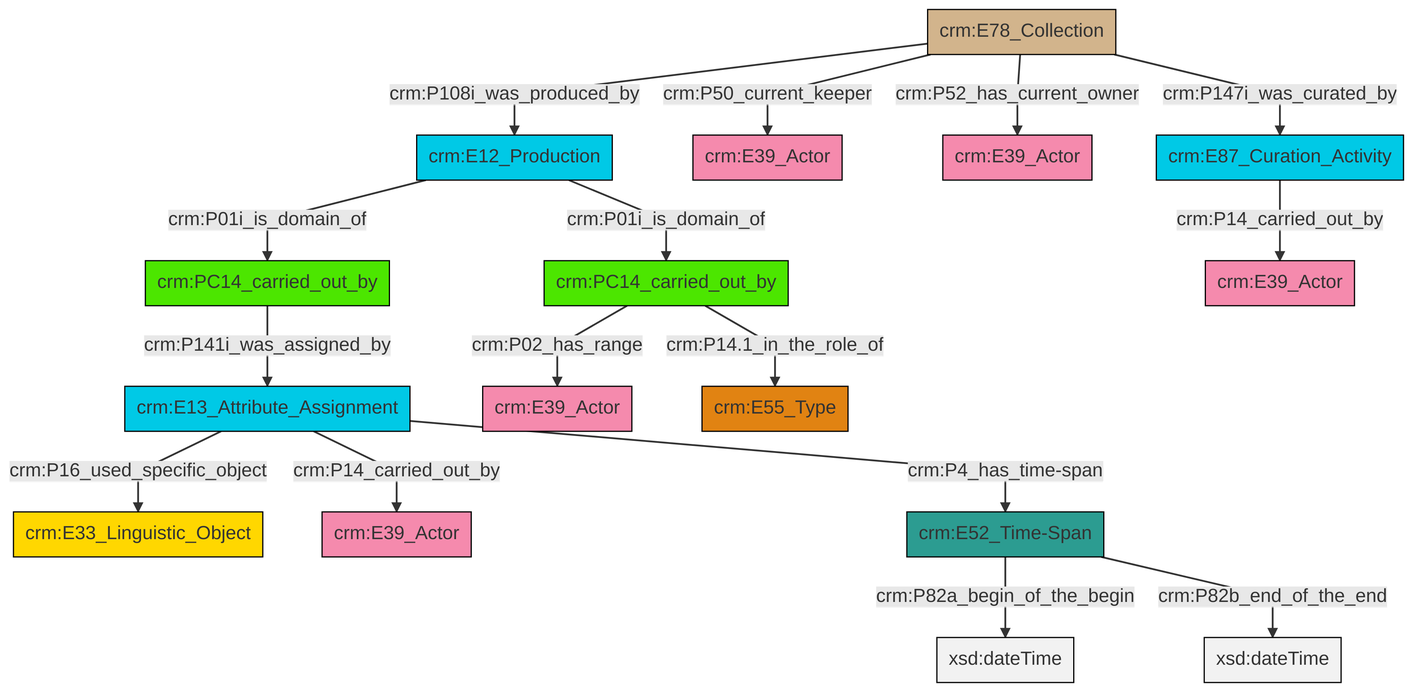
The Mermaid diagram et/archivalCSV/ttl/mmd/png/archival_relation.png in swiss-art-research-net/docs.swissartresearch, before a commit. Its source is kept beside it as et/archivalCSV/ttl/mmd/archival_relation.ttl.mmd. The source it was exported from:
```mermaid
graph TD
classDef Literal fill:#f2f2f2,stroke:#000000;
classDef CRM_Entity fill:#FFFFFF,stroke:#000000;
classDef Temporal_Entity fill:#00C9E6, stroke:#000000;
classDef Type fill:#E18312, stroke:#000000;
classDef Time-Span fill:#2C9C91, stroke:#000000;
classDef Appellation fill:#FFEB7F, stroke:#000000;
classDef Place fill:#008836, stroke:#000000;
classDef Persistent_Item fill:#B266B2, stroke:#000000;
classDef Conceptual_Object fill:#FFD700, stroke:#000000;
classDef Physical_Thing fill:#D2B48C, stroke:#000000;
classDef Actor fill:#f58aad, stroke:#000000;
classDef PC_Classes fill:#4ce600, stroke:#000000;
classDef Multi fill:#cccccc,stroke:#000000;

0["crm:E78_Collection"]:::Physical_Thing -->|crm:P108i_was_produced_by| 1["crm:E12_Production"]:::Temporal_Entity
1["crm:E12_Production"]:::Temporal_Entity -->|crm:P01i_is_domain_of| 4["crm:PC14_carried_out_by"]:::PC_Classes
0["crm:E78_Collection"]:::Physical_Thing -->|crm:P50_current_keeper| 5["crm:E39_Actor"]:::Actor
7["crm:E87_Curation_Activity"]:::Temporal_Entity -->|crm:P14_carried_out_by| 8["crm:E39_Actor"]:::Actor
15["crm:E13_Attribute_Assignment"]:::Temporal_Entity -->|crm:P16_used_specific_object| 2["crm:E33_Linguistic_Object"]:::Conceptual_Object
4["crm:PC14_carried_out_by"]:::PC_Classes -->|crm:P141i_was_assigned_by| 15["crm:E13_Attribute_Assignment"]:::Temporal_Entity
15["crm:E13_Attribute_Assignment"]:::Temporal_Entity -->|crm:P14_carried_out_by| 23["crm:E39_Actor"]:::Actor
24["crm:E52_Time-Span"]:::Time-Span -->|crm:P82a_begin_of_the_begin| 25[xsd:dateTime]:::Literal
1["crm:E12_Production"]:::Temporal_Entity -->|crm:P01i_is_domain_of| 19["crm:PC14_carried_out_by"]:::PC_Classes
0["crm:E78_Collection"]:::Physical_Thing -->|crm:P52_has_current_owner| 13["crm:E39_Actor"]:::Actor
15["crm:E13_Attribute_Assignment"]:::Temporal_Entity -->|crm:P4_has_time-span| 24["crm:E52_Time-Span"]:::Time-Span
19["crm:PC14_carried_out_by"]:::PC_Classes -->|crm:P02_has_range| 10["crm:E39_Actor"]:::Actor
19["crm:PC14_carried_out_by"]:::PC_Classes -->|crm:P14.1_in_the_role_of| 21["crm:E55_Type"]:::Type
24["crm:E52_Time-Span"]:::Time-Span -->|crm:P82b_end_of_the_end| 28[xsd:dateTime]:::Literal
0["crm:E78_Collection"]:::Physical_Thing -->|crm:P147i_was_curated_by| 7["crm:E87_Curation_Activity"]:::Temporal_Entity
```
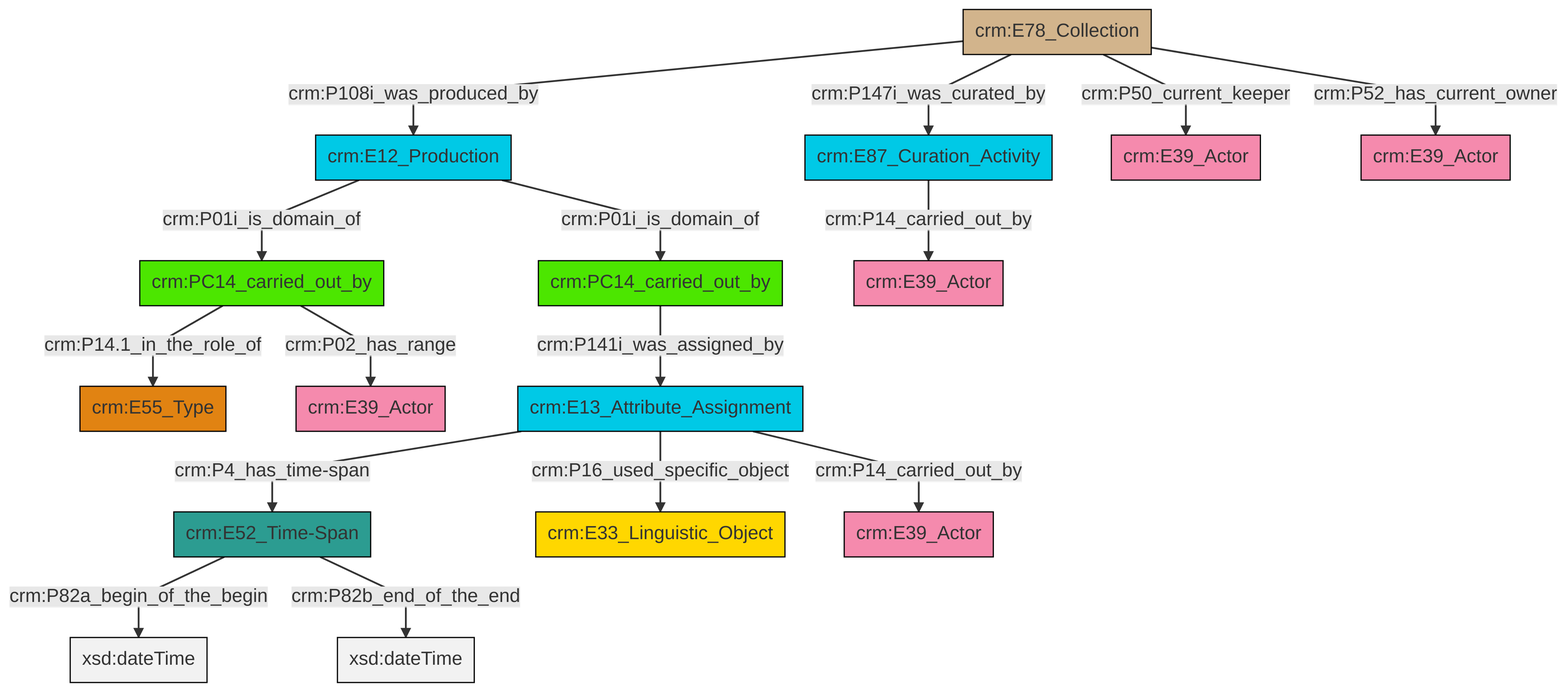
After the change.

The edit, as a diff of the source:
```diff
@@ -13,18 +13,18 @@
 classDef PC_Classes fill:#4ce600, stroke:#000000;
 classDef Multi fill:#cccccc,stroke:#000000;
 
-0["crm:E78_Collection"]:::Physical_Thing -->|crm:P108i_was_produced_by| 1["crm:E12_Production"]:::Temporal_Entity
-1["crm:E12_Production"]:::Temporal_Entity -->|crm:P01i_is_domain_of| 4["crm:PC14_carried_out_by"]:::PC_Classes
-0["crm:E78_Collection"]:::Physical_Thing -->|crm:P50_current_keeper| 5["crm:E39_Actor"]:::Actor
-7["crm:E87_Curation_Activity"]:::Temporal_Entity -->|crm:P14_carried_out_by| 8["crm:E39_Actor"]:::Actor
-15["crm:E13_Attribute_Assignment"]:::Temporal_Entity -->|crm:P16_used_specific_object| 2["crm:E33_Linguistic_Object"]:::Conceptual_Object
-4["crm:PC14_carried_out_by"]:::PC_Classes -->|crm:P141i_was_assigned_by| 15["crm:E13_Attribute_Assignment"]:::Temporal_Entity
-15["crm:E13_Attribute_Assignment"]:::Temporal_Entity -->|crm:P14_carried_out_by| 23["crm:E39_Actor"]:::Actor
-24["crm:E52_Time-Span"]:::Time-Span -->|crm:P82a_begin_of_the_begin| 25[xsd:dateTime]:::Literal
-1["crm:E12_Production"]:::Temporal_Entity -->|crm:P01i_is_domain_of| 19["crm:PC14_carried_out_by"]:::PC_Classes
-0["crm:E78_Collection"]:::Physical_Thing -->|crm:P52_has_current_owner| 13["crm:E39_Actor"]:::Actor
-15["crm:E13_Attribute_Assignment"]:::Temporal_Entity -->|crm:P4_has_time-span| 24["crm:E52_Time-Span"]:::Time-Span
-19["crm:PC14_carried_out_by"]:::PC_Classes -->|crm:P02_has_range| 10["crm:E39_Actor"]:::Actor
-19["crm:PC14_carried_out_by"]:::PC_Classes -->|crm:P14.1_in_the_role_of| 21["crm:E55_Type"]:::Type
-24["crm:E52_Time-Span"]:::Time-Span -->|crm:P82b_end_of_the_end| 28[xsd:dateTime]:::Literal
-0["crm:E78_Collection"]:::Physical_Thing -->|crm:P147i_was_curated_by| 7["crm:E87_Curation_Activity"]:::Temporal_Entity
+2["crm:PC14_carried_out_by"]:::PC_Classes -->|crm:P14.1_in_the_role_of| 0["crm:E55_Type"]:::Type
+7["crm:E78_Collection"]:::Physical_Thing -->|crm:P147i_was_curated_by| 8["crm:E87_Curation_Activity"]:::Temporal_Entity
+12["crm:E12_Production"]:::Temporal_Entity -->|crm:P01i_is_domain_of| 13["crm:PC14_carried_out_by"]:::PC_Classes
+7["crm:E78_Collection"]:::Physical_Thing -->|crm:P50_current_keeper| 14["crm:E39_Actor"]:::Actor
+7["crm:E78_Collection"]:::Physical_Thing -->|crm:P108i_was_produced_by| 12["crm:E12_Production"]:::Temporal_Entity
+16["crm:E13_Attribute_Assignment"]:::Temporal_Entity -->|crm:P14_carried_out_by| 17["crm:E39_Actor"]:::Actor
+13["crm:PC14_carried_out_by"]:::PC_Classes -->|crm:P141i_was_assigned_by| 16["crm:E13_Attribute_Assignment"]:::Temporal_Entity
+2["crm:PC14_carried_out_by"]:::PC_Classes -->|crm:P02_has_range| 10["crm:E39_Actor"]:::Actor
+16["crm:E13_Attribute_Assignment"]:::Temporal_Entity -->|crm:P16_used_specific_object| 5["crm:E33_Linguistic_Object"]:::Conceptual_Object
+3["crm:E52_Time-Span"]:::Time-Span -->|crm:P82a_begin_of_the_begin| 21[xsd:dateTime]:::Literal
+12["crm:E12_Production"]:::Temporal_Entity -->|crm:P01i_is_domain_of| 2["crm:PC14_carried_out_by"]:::PC_Classes
+7["crm:E78_Collection"]:::Physical_Thing -->|crm:P52_has_current_owner| 19["crm:E39_Actor"]:::Actor
+3["crm:E52_Time-Span"]:::Time-Span -->|crm:P82b_end_of_the_end| 23[xsd:dateTime]:::Literal
+16["crm:E13_Attribute_Assignment"]:::Temporal_Entity -->|crm:P4_has_time-span| 3["crm:E52_Time-Span"]:::Time-Span
+8["crm:E87_Curation_Activity"]:::Temporal_Entity -->|crm:P14_carried_out_by| 24["crm:E39_Actor"]:::Actor
```
